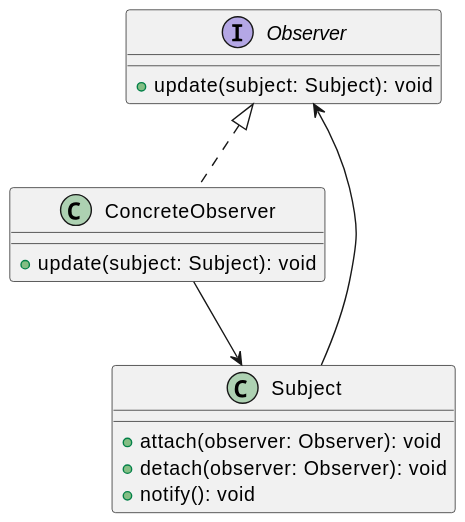
Earlier version of the PlantUML export out/patterns/observer/observer.svg (KubEF/architecture-learn-materials).
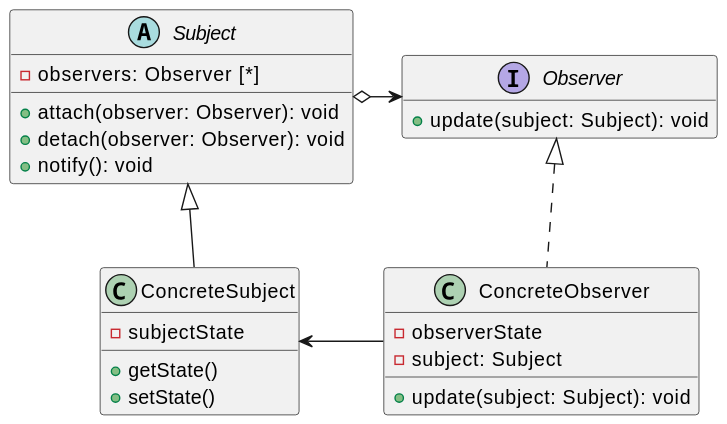
After the commit.

What changed in the source:
```diff
@@ -1,18 +1,29 @@
 @startuml
+hide empty members
+
 interface Observer {
     +update(subject: Subject): void
 }
 
-class Subject {
+class ConcreteObserver implements Observer {
+    -observerState
+    -subject: Subject
+    +update(subject: Subject): void
+}
+abstract Subject {
+    -observers: Observer [*]
     +attach(observer: Observer): void
     +detach(observer: Observer): void
     +notify(): void
 }
 
-class ConcreteObserver implements Observer {
-    +update(subject: Subject): void
+class ConcreteSubject extends Subject {
+    -subjectState
+    +getState()
+    +setState()
 }
 
-Subject --> Observer
-ConcreteObserver --> Subject
+
+Subject o-> Observer
+ConcreteSubject <- ConcreteObserver
 @enduml
```
